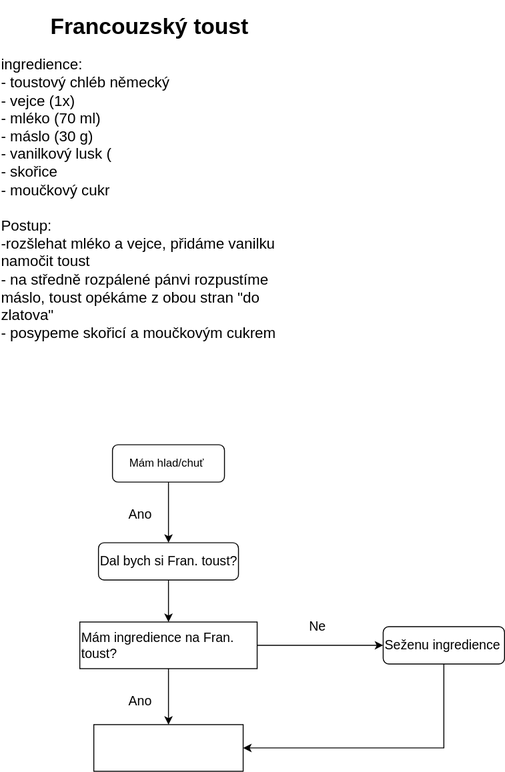
Earlier version of the draw.io export Untitled Diagram.drawio.svg (JakesJakub/diagrams1.net). Source tidied: cells renumbered, new cells last; positions are measured from the earlier drawing's top-left corner, leaving out a move shared by most shapes.
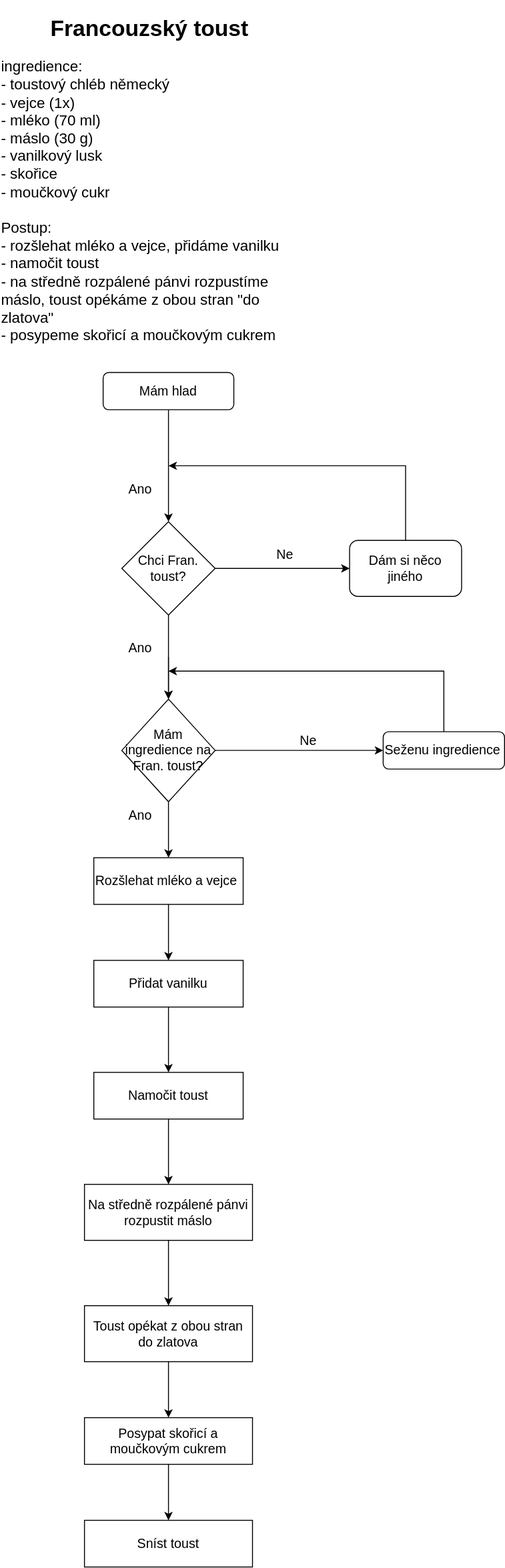
The same diagram one commit later.

The edit, as a diff of the source:
```diff
@@ -2,47 +2,119 @@
   <root>
     <mxCell id="0" />
     <mxCell id="1" parent="0" />
-    <mxCell id="2" style="edgeStyle=orthogonalEdgeStyle;rounded=0;jettySize=auto;html=1;exitX=0.5;exitY=1;exitDx=0;exitDy=0;entryX=0.5;entryY=0;entryDx=0;entryDy=0;fontSize=14;" parent="1" edge="1" source="3" target="13">
-      <mxGeometry relative="1" as="geometry" />
-    </mxCell>
-    <mxCell id="3" value="Mám hlad/chuť&amp;nbsp;" style="rounded=1;whiteSpace=wrap;html=1;fontSize=12;glass=0;strokeWidth=1;shadow=0;" parent="1" vertex="1">
-      <mxGeometry x="120" y="470" width="120" height="40" as="geometry" />
-    </mxCell>
-    <mxCell id="4" value="&lt;h1&gt;&lt;font&gt;&lt;span style=&quot;font-size: 24px&quot;&gt;Francouzský toust&lt;/span&gt;&lt;/font&gt;&lt;/h1&gt;&lt;font&gt;&lt;div style=&quot;text-align: left&quot;&gt;&lt;span style=&quot;font-size: medium&quot;&gt;ingredience:&lt;br&gt;- toustový chléb německý&lt;br&gt;- vejce (1x)&lt;br&gt;- mléko (70 ml)&lt;br&gt;- máslo (30 g)&lt;br&gt;- vanilkový lusk (&lt;br&gt;- skořice&lt;br&gt;- moučkový cukr&lt;br&gt;&lt;br&gt;Postup:&lt;br&gt;-rozšlehat mléko a vejce, přidáme vanilku&lt;br&gt;namočit toust&lt;br&gt;- na středně rozpálené pánvi rozpustíme máslo, toust opékáme z obou stran &quot;do zlatova&quot;&lt;br&gt;- posypeme skořicí a moučkovým cukrem&lt;/span&gt;&lt;/div&gt;&lt;br&gt;&lt;/font&gt;" style="text;html=1;strokeColor=none;fillColor=none;align=center;verticalAlign=middle;whiteSpace=wrap;rounded=0;" parent="1" vertex="1">
+    <mxCell id="4" value="&lt;h1&gt;&lt;font&gt;&lt;span style=&quot;font-size: 24px&quot;&gt;Francouzský toust&lt;/span&gt;&lt;/font&gt;&lt;/h1&gt;&lt;font&gt;&lt;div style=&quot;text-align: left&quot;&gt;&lt;span style=&quot;font-size: medium&quot;&gt;ingredience:&lt;br&gt;- toustový chléb německý&lt;br&gt;- vejce (1x)&lt;br&gt;- mléko (70 ml)&lt;br&gt;- máslo (30 g)&lt;br&gt;- vanilkový lusk&lt;br&gt;- skořice&lt;br&gt;- moučkový cukr&lt;br&gt;&lt;br&gt;Postup:&lt;br&gt;- rozšlehat mléko a vejce, přidáme vanilku&lt;br&gt;- namočit toust&lt;br&gt;- na středně rozpálené pánvi rozpustíme máslo, toust opékáme z obou stran &quot;do zlatova&quot;&lt;br&gt;- posypeme skořicí a moučkovým cukrem&lt;/span&gt;&lt;/div&gt;&lt;br&gt;&lt;/font&gt;" style="text;html=1;strokeColor=none;fillColor=none;align=center;verticalAlign=middle;whiteSpace=wrap;rounded=0;" parent="1" vertex="1">
       <mxGeometry width="320" height="366.2" as="geometry" />
     </mxCell>
-    <mxCell id="5" style="edgeStyle=orthogonalEdgeStyle;rounded=0;jettySize=auto;html=1;exitX=1;exitY=0.5;exitDx=0;exitDy=0;fontSize=14;" parent="1" edge="1" source="7" target="9">
-      <mxGeometry relative="1" as="geometry" />
-    </mxCell>
-    <mxCell id="6" style="edgeStyle=orthogonalEdgeStyle;rounded=0;jettySize=auto;html=1;exitX=0.5;exitY=1;exitDx=0;exitDy=0;entryX=0.5;entryY=0;entryDx=0;entryDy=0;fontSize=14;" parent="1" edge="1" source="7" target="14">
-      <mxGeometry relative="1" as="geometry" />
-    </mxCell>
-    <mxCell id="7" value="Mám ingredience na Fran. toust?" style="rounded=0;whiteSpace=wrap;html=1;fontSize=14;align=left;" parent="1" vertex="1">
-      <mxGeometry x="85" y="660" width="190" height="50" as="geometry" />
-    </mxCell>
-    <mxCell id="8" style="edgeStyle=orthogonalEdgeStyle;rounded=0;jettySize=auto;html=1;exitX=0.5;exitY=1;exitDx=0;exitDy=0;entryX=1;entryY=0.5;entryDx=0;entryDy=0;fontSize=14;" parent="1" edge="1" source="9" target="14">
-      <mxGeometry relative="1" as="geometry" />
-    </mxCell>
+    <mxCell id="16" style="edgeStyle=orthogonalEdgeStyle;rounded=0;jettySize=auto;html=1;exitX=0.5;exitY=0;exitDx=0;exitDy=0;fontSize=14;" parent="1" edge="1" source="9">
+      <mxGeometry relative="1" as="geometry">
+        <mxPoint x="180" y="710" as="targetPoint" />
+        <Array as="points">
+          <mxPoint x="475" y="710" />
+        </Array>
+      </mxGeometry>
+    </mxCell>
     <mxCell id="9" value="Seženu ingredience" style="rounded=1;whiteSpace=wrap;html=1;fontSize=14;align=left;" parent="1" vertex="1">
-      <mxGeometry x="410" y="665" width="130" height="40" as="geometry" />
+      <mxGeometry x="410" y="775" width="130" height="40" as="geometry" />
     </mxCell>
     <mxCell id="10" value="Ne" style="text;html=1;strokeColor=none;fillColor=none;align=center;verticalAlign=middle;whiteSpace=wrap;rounded=0;fontSize=14;" parent="1" vertex="1">
-      <mxGeometry x="310" y="650" width="60" height="30" as="geometry" />
+      <mxGeometry x="300" y="770" width="60" height="30" as="geometry" />
     </mxCell>
     <mxCell id="11" value="Ano" style="text;html=1;strokeColor=none;fillColor=none;align=center;verticalAlign=middle;whiteSpace=wrap;rounded=0;fontSize=14;" parent="1" vertex="1">
-      <mxGeometry x="120" y="530" width="60" height="30" as="geometry" />
+      <mxGeometry x="120" y="670" width="60" height="30" as="geometry" />
     </mxCell>
-    <mxCell id="12" style="edgeStyle=orthogonalEdgeStyle;rounded=0;jettySize=auto;html=1;exitX=0.5;exitY=1;exitDx=0;exitDy=0;entryX=0.5;entryY=0;entryDx=0;entryDy=0;fontSize=14;" parent="1" edge="1" source="13" target="7">
-      <mxGeometry relative="1" as="geometry" />
+    <mxCell id="12" style="edgeStyle=orthogonalEdgeStyle;rounded=0;orthogonalLoop=1;jettySize=auto;html=1;exitX=0.5;exitY=1;exitDx=0;exitDy=0;entryX=0.5;entryY=0;entryDx=0;entryDy=0;fontSize=14;" parent="1" edge="1">
+      <mxGeometry relative="1" as="geometry">
+        <mxPoint x="180" y="695" as="sourcePoint" />
+        <mxPoint x="180" y="740" as="targetPoint" />
+      </mxGeometry>
     </mxCell>
-    <mxCell id="13" value="Dal bych si Fran. toust?" style="rounded=1;whiteSpace=wrap;html=1;fontSize=14;align=left;" parent="1" vertex="1">
-      <mxGeometry x="105" y="575" width="150" height="40" as="geometry" />
-    </mxCell>
+    <mxCell id="17" style="edgeStyle=orthogonalEdgeStyle;rounded=0;jettySize=auto;html=1;exitX=0.5;exitY=1;exitDx=0;exitDy=0;entryX=0.5;entryY=0;entryDx=0;entryDy=0;fontSize=14;" parent="1" edge="1" source="14" target="29">
+      <mxGeometry relative="1" as="geometry" />
+    </mxCell>
-    <mxCell id="14" style="rounded=0;whiteSpace=wrap;html=1;fontSize=14;align=left;" parent="1" vertex="1">
-      <mxGeometry x="100" y="770" width="160" height="50" as="geometry" />
+    <mxCell id="14" value="Rozšlehat mléko a vejce" style="rounded=0;whiteSpace=wrap;html=1;fontSize=14;align=left;" parent="1" vertex="1">
+      <mxGeometry x="100" y="910" width="160" height="50" as="geometry" />
     </mxCell>
     <mxCell id="15" value="Ano" style="text;html=1;strokeColor=none;fillColor=none;align=center;verticalAlign=middle;whiteSpace=wrap;rounded=0;fontSize=14;" parent="1" vertex="1">
-      <mxGeometry x="120" y="730" width="60" height="30" as="geometry" />
+      <mxGeometry x="120" y="850" width="60" height="30" as="geometry" />
     </mxCell>
+    <mxCell id="18" style="edgeStyle=orthogonalEdgeStyle;rounded=0;jettySize=auto;html=1;exitX=0.5;exitY=1;exitDx=0;exitDy=0;entryX=0.5;entryY=0;entryDx=0;entryDy=0;fontSize=14;" parent="1" edge="1" source="19" target="22">
+      <mxGeometry relative="1" as="geometry" />
+    </mxCell>
+    <mxCell id="19" value="&lt;font style=&quot;font-size: 14px&quot;&gt;Mám hlad&lt;/font&gt;" style="rounded=1;whiteSpace=wrap;html=1;" parent="1" vertex="1">
+      <mxGeometry x="110" y="390" width="140" height="40" as="geometry" />
+    </mxCell>
+    <mxCell id="20" style="edgeStyle=orthogonalEdgeStyle;rounded=0;jettySize=auto;html=1;exitX=0.5;exitY=1;exitDx=0;exitDy=0;fontSize=14;" parent="1" edge="1" source="22">
+      <mxGeometry relative="1" as="geometry">
+        <mxPoint x="180" y="740" as="targetPoint" />
+      </mxGeometry>
+    </mxCell>
+    <mxCell id="21" style="edgeStyle=orthogonalEdgeStyle;rounded=0;jettySize=auto;html=1;exitX=1;exitY=0.5;exitDx=0;exitDy=0;entryX=0;entryY=0.5;entryDx=0;entryDy=0;fontSize=14;" parent="1" edge="1" source="22" target="24">
+      <mxGeometry relative="1" as="geometry" />
+    </mxCell>
+    <mxCell id="22" value="Chci Fran. toust?" style="rhombus;whiteSpace=wrap;html=1;fontSize=14;" parent="1" vertex="1">
+      <mxGeometry x="130" y="550" width="100" height="100" as="geometry" />
+    </mxCell>
+    <mxCell id="23" style="edgeStyle=orthogonalEdgeStyle;rounded=0;jettySize=auto;html=1;exitX=0.5;exitY=0;exitDx=0;exitDy=0;fontSize=14;" parent="1" edge="1" source="24">
+      <mxGeometry relative="1" as="geometry">
+        <mxPoint x="180" y="490" as="targetPoint" />
+        <Array as="points">
+          <mxPoint x="434" y="490" />
+        </Array>
+      </mxGeometry>
+    </mxCell>
+    <mxCell id="24" value="Dám si něco jiného" style="rounded=1;whiteSpace=wrap;html=1;fontSize=14;" parent="1" vertex="1">
+      <mxGeometry x="374" y="570" width="120" height="60" as="geometry" />
+    </mxCell>
+    <mxCell id="25" value="Ne" style="text;html=1;strokeColor=none;fillColor=none;align=center;verticalAlign=middle;whiteSpace=wrap;rounded=0;fontSize=14;" parent="1" vertex="1">
+      <mxGeometry x="275" y="570" width="60" height="30" as="geometry" />
+    </mxCell>
+    <mxCell id="26" value="Ano" style="text;html=1;strokeColor=none;fillColor=none;align=center;verticalAlign=middle;whiteSpace=wrap;rounded=0;fontSize=14;" parent="1" vertex="1">
+      <mxGeometry x="120" y="500" width="60" height="30" as="geometry" />
+    </mxCell>
+    <mxCell id="6" style="edgeStyle=orthogonalEdgeStyle;rounded=0;jettySize=auto;html=1;exitX=0.5;exitY=1;exitDx=0;exitDy=0;entryX=0.5;entryY=0;entryDx=0;entryDy=0;fontSize=14;" parent="1" edge="1" source="7" target="14">
+      <mxGeometry relative="1" as="geometry" />
+    </mxCell>
+    <mxCell id="5" style="edgeStyle=orthogonalEdgeStyle;rounded=0;jettySize=auto;html=1;exitX=1;exitY=0.5;exitDx=0;exitDy=0;fontSize=14;" parent="1" edge="1" source="7" target="9">
+      <mxGeometry relative="1" as="geometry" />
+    </mxCell>
+    <mxCell id="7" value="Mám ingredience na Fran. toust?" style="rhombus;whiteSpace=wrap;html=1;fontSize=14;" parent="1" vertex="1">
+      <mxGeometry x="130" y="740" width="100" height="110" as="geometry" />
+    </mxCell>
+    <mxCell id="27" style="edgeStyle=orthogonalEdgeStyle;rounded=0;orthogonalLoop=1;jettySize=auto;html=1;exitX=0.5;exitY=1;exitDx=0;exitDy=0;fontSize=14;" parent="1" edge="1" source="26" target="26">
+      <mxGeometry relative="1" as="geometry" />
+    </mxCell>
+    <mxCell id="28" style="edgeStyle=orthogonalEdgeStyle;rounded=0;jettySize=auto;html=1;exitX=0.5;exitY=1;exitDx=0;exitDy=0;entryX=0.5;entryY=0;entryDx=0;entryDy=0;fontSize=14;" parent="1" edge="1" source="29" target="31">
+      <mxGeometry relative="1" as="geometry" />
+    </mxCell>
+    <mxCell id="29" value="Přidat vanilku" style="rounded=0;whiteSpace=wrap;html=1;fontSize=14;" parent="1" vertex="1">
+      <mxGeometry x="100" y="1020" width="160" height="50" as="geometry" />
+    </mxCell>
+    <mxCell id="30" style="edgeStyle=orthogonalEdgeStyle;rounded=0;jettySize=auto;html=1;exitX=0.5;exitY=1;exitDx=0;exitDy=0;entryX=0.5;entryY=0;entryDx=0;entryDy=0;fontSize=14;" parent="1" edge="1" source="31" target="33">
+      <mxGeometry relative="1" as="geometry" />
+    </mxCell>
+    <mxCell id="31" value="Namočit toust" style="rounded=0;whiteSpace=wrap;html=1;fontSize=14;" parent="1" vertex="1">
+      <mxGeometry x="100" y="1140" width="160" height="50" as="geometry" />
+    </mxCell>
+    <mxCell id="32" style="edgeStyle=orthogonalEdgeStyle;rounded=0;jettySize=auto;html=1;exitX=0.5;exitY=1;exitDx=0;exitDy=0;entryX=0.5;entryY=0;entryDx=0;entryDy=0;fontSize=14;" parent="1" edge="1" source="33" target="35">
+      <mxGeometry relative="1" as="geometry" />
+    </mxCell>
+    <mxCell id="33" value="&lt;font style=&quot;font-size: 14px&quot;&gt;&lt;span&gt;Na středně rozpálené pánvi rozpustit máslo&lt;/span&gt;&lt;/font&gt;" style="rounded=0;whiteSpace=wrap;html=1;fontSize=14;" parent="1" vertex="1">
+      <mxGeometry x="90" y="1260" width="180" height="60" as="geometry" />
+    </mxCell>
+    <mxCell id="34" style="edgeStyle=orthogonalEdgeStyle;rounded=0;jettySize=auto;html=1;exitX=0.5;exitY=1;exitDx=0;exitDy=0;fontSize=14;" parent="1" edge="1" source="35" target="37">
+      <mxGeometry relative="1" as="geometry" />
+    </mxCell>
+    <mxCell id="35" value="Toust opékat z obou stran do zlatova" style="rounded=0;whiteSpace=wrap;html=1;fontSize=14;" parent="1" vertex="1">
+      <mxGeometry x="90" y="1390" width="180" height="60" as="geometry" />
+    </mxCell>
+    <mxCell id="36" style="edgeStyle=orthogonalEdgeStyle;rounded=0;jettySize=auto;html=1;exitX=0.5;exitY=1;exitDx=0;exitDy=0;fontSize=14;" parent="1" edge="1" source="37" target="38">
+      <mxGeometry relative="1" as="geometry" />
+    </mxCell>
+    <mxCell id="37" value="Posypat skořicí a moučkovým cukrem" style="rounded=0;whiteSpace=wrap;html=1;fontSize=14;" parent="1" vertex="1">
+      <mxGeometry x="90" y="1510" width="180" height="50" as="geometry" />
+    </mxCell>
+    <mxCell id="38" value="Sníst toust" style="rounded=0;whiteSpace=wrap;html=1;fontSize=14;" parent="1" vertex="1">
+      <mxGeometry x="90" y="1620" width="180" height="50" as="geometry" />
+    </mxCell>
   </root>
 </mxGraphModel>
```
